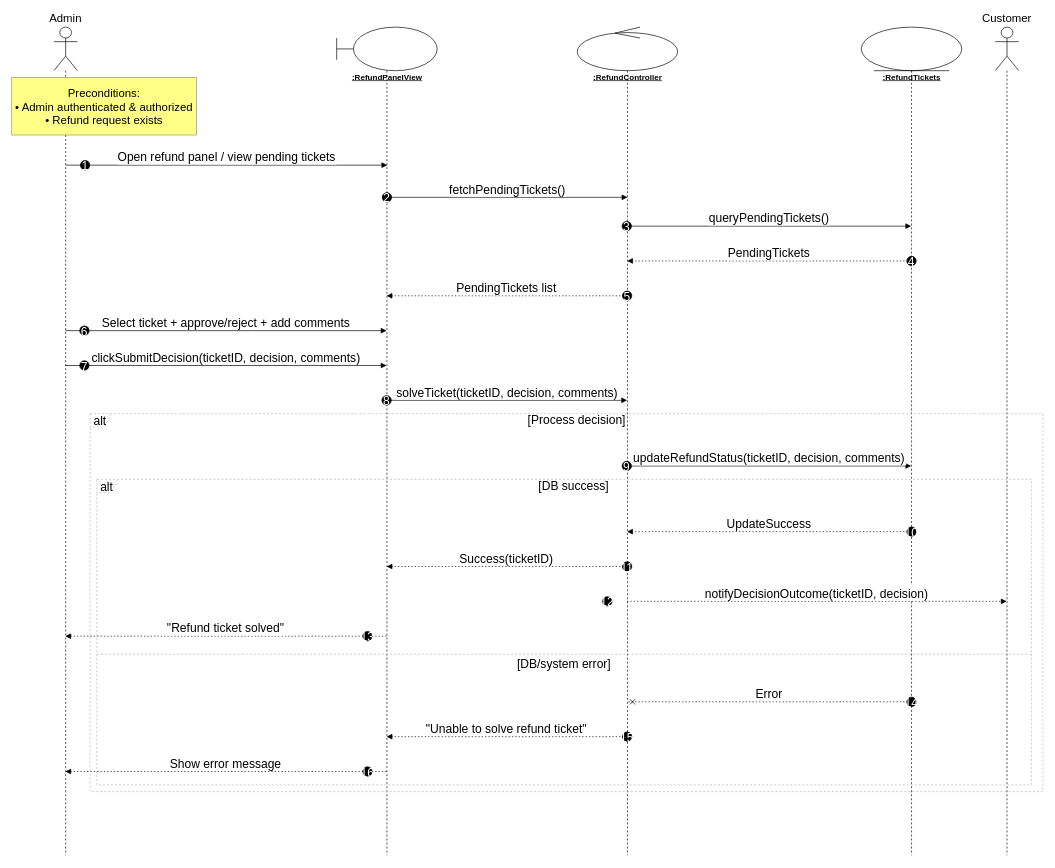
Earlier version of the draw.io diagram Sequence_Diagram/UC_21_SolveRefundTicket.drawio (auphong2707/PTTKHT-Final-Report). Source tidied: cells renumbered, new cells numbered last; positions are measured from the earlier drawing's top-left corner, leaving out a move shared by most shapes. Both pictures are drawn from the tidied source at 67%, with x=0, y=0 at pixel (11, 27).
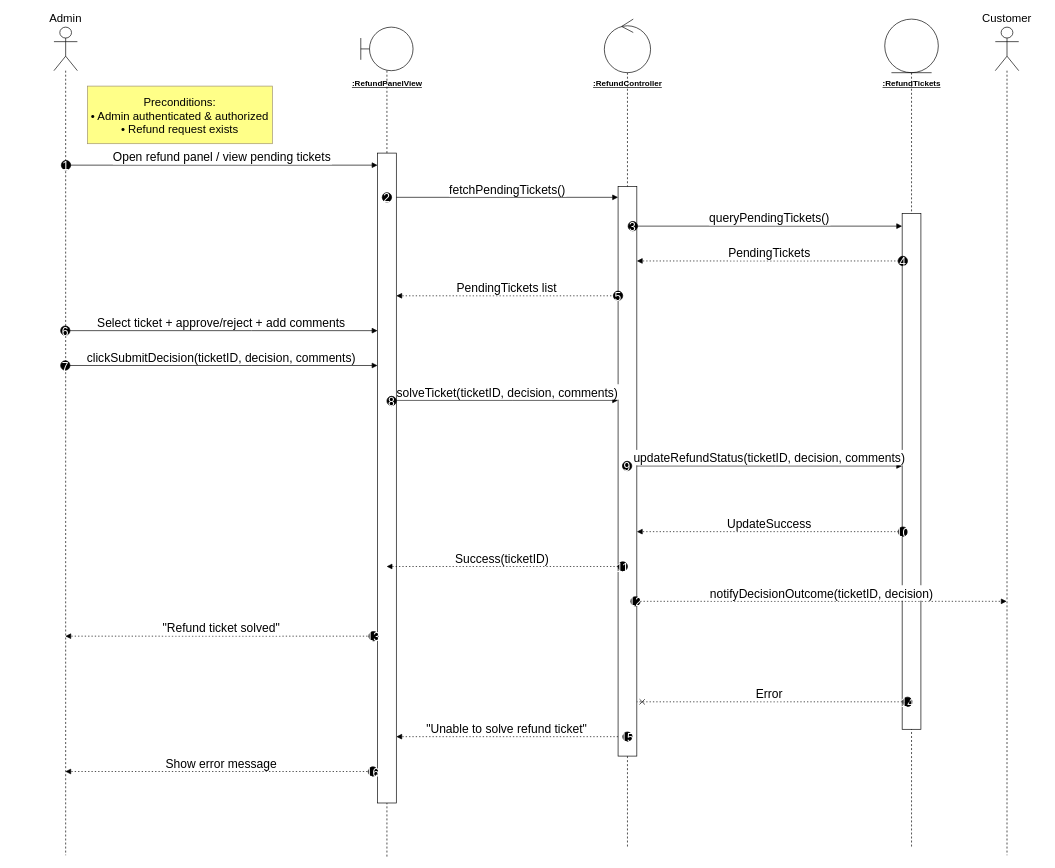
The same page after the edit.

The change refers to these unchanged cells:
```xml
<mxCell id="2" value="Admin" style="shape=umlLifeline;perimeter=lifelinePerimeter;whiteSpace=wrap;outlineConnect=0;portConstraint=eastwest;newEdgeStyle={&quot;edgeStyle&quot;:&quot;elbowEdgeStyle&quot;,&quot;elbow&quot;:&quot;vertical&quot;,&quot;curved&quot;:0,&quot;rounded&quot;:0};participant=umlActor;verticalAlign=bottom;labelPosition=center;verticalLabelPosition=top;align=center;size=65;fontSize=17;" parent="1" vertex="1">
  <mxGeometry x="63" width="35" height="1236" as="geometry" />
</mxCell>
<mxCell id="9" value="Customer" style="shape=umlLifeline;perimeter=lifelinePerimeter;whiteSpace=wrap;outlineConnect=0;portConstraint=eastwest;newEdgeStyle={&quot;edgeStyle&quot;:&quot;elbowEdgeStyle&quot;,&quot;elbow&quot;:&quot;vertical&quot;,&quot;curved&quot;:0,&quot;rounded&quot;:0};participant=umlActor;verticalAlign=bottom;labelPosition=center;verticalLabelPosition=top;align=center;size=65;fontSize=17;" parent="1" vertex="1">
  <mxGeometry x="1468" width="35" height="1236" as="geometry" />
</mxCell>
```

Change to the diagram source:
```diff
@@
+    <mxCell id="7" style="shape=umlLifeline;perimeter=lifelinePerimeter;whiteSpace=wrap;outlineConnect=0;portConstraint=eastwest;newEdgeStyle={&quot;edgeStyle&quot;:&quot;elbowEdgeStyle&quot;,&quot;elbow&quot;:&quot;vertical&quot;,&quot;curved&quot;:0,&quot;rounded&quot;:0};participant=umlEntity;size=80;fontSize=17;" parent="1" vertex="1">
+      <mxGeometry x="1303" y="-12" width="80" height="1238" as="geometry" />
+    </mxCell>
+    <mxCell id="5" style="shape=umlLifeline;perimeter=lifelinePerimeter;whiteSpace=wrap;outlineConnect=0;portConstraint=eastwest;newEdgeStyle={&quot;edgeStyle&quot;:&quot;elbowEdgeStyle&quot;,&quot;elbow&quot;:&quot;vertical&quot;,&quot;curved&quot;:0,&quot;rounded&quot;:0};participant=umlControl;size=80;fontSize=17;" parent="1" vertex="1">
+      <mxGeometry x="884.5" y="-12" width="69" height="1238" as="geometry" />
+    </mxCell>
+    <mxCell id="3" style="shape=umlLifeline;perimeter=lifelinePerimeter;whiteSpace=wrap;outlineConnect=0;portConstraint=eastwest;newEdgeStyle={&quot;edgeStyle&quot;:&quot;elbowEdgeStyle&quot;,&quot;elbow&quot;:&quot;vertical&quot;,&quot;curved&quot;:0,&quot;rounded&quot;:0};participant=umlBoundary;size=65;fontSize=17;" parent="1" vertex="1">
+      <mxGeometry x="521" width="78" height="1238" as="geometry" />
+    </mxCell>
+    <mxCell id="48" style="rounded=0;whiteSpace=wrap;html=1;" parent="1" vertex="1">
+      <mxGeometry x="546" y="188" width="28" height="970" as="geometry" />
+    </mxCell>
+    <mxCell id="49" style="rounded=0;whiteSpace=wrap;html=1;" parent="1" vertex="1">
+      <mxGeometry x="905" y="238" width="28" height="850" as="geometry" />
+    </mxCell>
+    <mxCell id="50" style="rounded=0;whiteSpace=wrap;html=1;" parent="1" vertex="1">
+      <mxGeometry x="1329" y="278" width="28" height="770" as="geometry" />
+    </mxCell>
@@
-    <mxCell id="3" style="shape=umlLifeline;perimeter=lifelinePerimeter;whiteSpace=wrap;outlineConnect=0;portConstraint=eastwest;newEdgeStyle={&quot;edgeStyle&quot;:&quot;elbowEdgeStyle&quot;,&quot;elbow&quot;:&quot;vertical&quot;,&quot;curved&quot;:0,&quot;rounded&quot;:0};participant=umlBoundary;size=65;fontSize=17;" parent="1" vertex="1">
-      <mxGeometry x="485" width="150" height="1236" as="geometry" />
-    </mxCell>
     <mxCell id="4" value="&lt;u&gt;&lt;b&gt;:RefundPanelView&lt;/b&gt;&lt;/u&gt;" style="text;html=1;align=center;verticalAlign=middle;" parent="1" vertex="1">
-      <mxGeometry x="485" y="65" width="150" height="20" as="geometry" />
+      <mxGeometry x="485" y="75" width="150" height="20" as="geometry" />
     </mxCell>
-    <mxCell id="5" style="shape=umlLifeline;perimeter=lifelinePerimeter;whiteSpace=wrap;outlineConnect=0;portConstraint=eastwest;newEdgeStyle={&quot;edgeStyle&quot;:&quot;elbowEdgeStyle&quot;,&quot;elbow&quot;:&quot;vertical&quot;,&quot;curved&quot;:0,&quot;rounded&quot;:0};participant=umlControl;size=65;fontSize=17;" parent="1" vertex="1">
-      <mxGeometry x="844" width="150" height="1236" as="geometry" />
-    </mxCell>
     <mxCell id="6" value="&lt;u&gt;&lt;b&gt;:RefundController&lt;/b&gt;&lt;/u&gt;" style="text;html=1;align=center;verticalAlign=middle;" parent="1" vertex="1">
-      <mxGeometry x="844" y="65" width="150" height="20" as="geometry" />
+      <mxGeometry x="844" y="75" width="150" height="20" as="geometry" />
     </mxCell>
-    <mxCell id="7" style="shape=umlLifeline;perimeter=lifelinePerimeter;whiteSpace=wrap;outlineConnect=0;portConstraint=eastwest;newEdgeStyle={&quot;edgeStyle&quot;:&quot;elbowEdgeStyle&quot;,&quot;elbow&quot;:&quot;vertical&quot;,&quot;curved&quot;:0,&quot;rounded&quot;:0};participant=umlEntity;size=65;fontSize=17;" parent="1" vertex="1">
-      <mxGeometry x="1268" width="150" height="1236" as="geometry" />
-    </mxCell>
     <mxCell id="8" value="&lt;u&gt;&lt;b&gt;:RefundTickets&lt;/b&gt;&lt;/u&gt;" style="text;html=1;align=center;verticalAlign=middle;" parent="1" vertex="1">
-      <mxGeometry x="1268" y="65" width="150" height="20" as="geometry" />
+      <mxGeometry x="1268" y="75" width="150" height="20" as="geometry" />
     </mxCell>
@@
-    <mxCell id="10" value="alt" style="shape=umlFrame;dashed=1;strokeColor=#B3B3B3;height=20;width=30;fontSize=18;" parent="1" vertex="1">
-      <mxGeometry x="127" y="675" width="1395" height="456" as="geometry" />
-    </mxCell>
-    <mxCell id="11" value="[DB success]" style="text;strokeColor=none;fillColor=none;align=center;verticalAlign=middle;whiteSpace=wrap;fontSize=18;" parent="10" vertex="1">
-      <mxGeometry x="29.3" width="1365.7" height="20" as="geometry" />
-    </mxCell>
-    <mxCell id="12" value="[DB/system error]" style="shape=line;dashed=1;whiteSpace=wrap;verticalAlign=top;labelPosition=center;verticalLabelPosition=middle;align=center;strokeColor=#B3B3B3;fontSize=18;" parent="10" vertex="1">
-      <mxGeometry y="259" width="1395" height="4" as="geometry" />
-    </mxCell>
-    <mxCell id="13" value="alt" style="shape=umlFrame;dashed=1;strokeColor=#B3B3B3;height=20;width=30;fontSize=18;" parent="1" vertex="1">
-      <mxGeometry x="117" y="577" width="1422" height="564" as="geometry" />
-    </mxCell>
-    <mxCell id="14" value="[Process decision]" style="text;strokeColor=none;fillColor=none;align=center;verticalAlign=middle;whiteSpace=wrap;fontSize=18;" parent="13" vertex="1">
-      <mxGeometry x="29.5" width="1392.5" height="20" as="geometry" />
-    </mxCell>
-    <mxCell id="15" value="Open refund panel / view pending tickets" style="verticalAlign=bottom;edgeStyle=elbowEdgeStyle;elbow=vertical;curved=0;rounded=0;endArrow=block;fontSize=18;" parent="1" edge="1">
+    <mxCell id="15" value="Open refund panel / view pending tickets" style="verticalAlign=bottom;edgeStyle=elbowEdgeStyle;elbow=vertical;curved=0;rounded=0;endArrow=block;fontSize=18;" parent="1" edge="1" target="48">
       <mxGeometry relative="1" as="geometry">
         <mxPoint x="81" y="206" as="sourcePoint" />
-        <mxPoint x="560.5" y="206" as="targetPoint" />
         <Array as="points">
           <mxPoint x="359" y="206" />
         </Array>
       </mxGeometry>
     </mxCell>
     <mxCell id="16" value="1" style="ellipse;fillColor=#000000;align=center;fontColor=#FFFFFF;fontSize=18;" parent="15" vertex="1">
       <mxGeometry width="14" height="14" relative="1" as="geometry">
-        <mxPoint x="-218.5" y="-7" as="offset" />
+        <mxPoint x="-240" y="-7" as="offset" />
       </mxGeometry>
     </mxCell>
-    <mxCell id="17" value="fetchPendingTickets()" style="verticalAlign=bottom;edgeStyle=elbowEdgeStyle;elbow=vertical;curved=0;rounded=0;endArrow=block;fontSize=18;" parent="1" edge="1">
+    <mxCell id="17" value="fetchPendingTickets()" style="verticalAlign=bottom;edgeStyle=elbowEdgeStyle;elbow=vertical;curved=0;rounded=0;endArrow=block;fontSize=18;" parent="1" edge="1" source="48" target="49">
       <mxGeometry relative="1" as="geometry">
-        <mxPoint x="560" y="254" as="sourcePoint" />
-        <mxPoint x="919" y="254" as="targetPoint" />
         <Array as="points">
           <mxPoint x="748.5" y="254" />
         </Array>
       </mxGeometry>
     </mxCell>
@@
-    <mxCell id="19" value="queryPendingTickets()" style="verticalAlign=bottom;edgeStyle=elbowEdgeStyle;elbow=vertical;curved=0;rounded=0;endArrow=block;fontSize=18;" parent="1" edge="1" source="5" target="7">
+    <mxCell id="19" value="queryPendingTickets()" style="verticalAlign=bottom;edgeStyle=elbowEdgeStyle;elbow=vertical;curved=0;rounded=0;endArrow=block;fontSize=18;" parent="1" edge="1" source="49" target="50">
       <mxGeometry relative="1" as="geometry">
         <Array as="points">
           <mxPoint x="1140" y="297" />
         </Array>
       </mxGeometry>
     </mxCell>
     <mxCell id="20" value="3" style="ellipse;fillColor=#000000;align=center;fontColor=#FFFFFF;fontSize=18;" parent="19" vertex="1">
       <mxGeometry width="14" height="14" relative="1" as="geometry">
-        <mxPoint x="-219.5" y="-7" as="offset" />
+        <mxPoint x="-211" y="-7" as="offset" />
       </mxGeometry>
     </mxCell>
-    <mxCell id="21" value="PendingTickets" style="verticalAlign=bottom;edgeStyle=elbowEdgeStyle;elbow=vertical;curved=0;rounded=0;dashed=1;dashPattern=2 3;endArrow=block;fontSize=18;" parent="1" edge="1" source="7" target="5">
+    <mxCell id="21" value="PendingTickets" style="verticalAlign=bottom;edgeStyle=elbowEdgeStyle;elbow=vertical;curved=0;rounded=0;dashed=1;dashPattern=2 3;endArrow=block;fontSize=18;" parent="1" edge="1" source="50" target="49">
       <mxGeometry relative="1" as="geometry">
         <Array as="points">
           <mxPoint x="1143" y="349" />
         </Array>
       </mxGeometry>
     </mxCell>
     <mxCell id="22" value="4" style="ellipse;fillColor=#000000;align=center;fontColor=#FFFFFF;fontSize=18;" parent="21" vertex="1">
       <mxGeometry width="14" height="14" relative="1" as="geometry">
-        <mxPoint x="205.5" y="-7" as="offset" />
+        <mxPoint x="192" y="-7" as="offset" />
       </mxGeometry>
     </mxCell>
-    <mxCell id="23" value="PendingTickets list" style="verticalAlign=bottom;edgeStyle=elbowEdgeStyle;elbow=vertical;curved=0;rounded=0;dashed=1;dashPattern=2 3;endArrow=block;fontSize=18;" parent="1" edge="1" source="5" target="3">
+    <mxCell id="23" value="PendingTickets list" style="verticalAlign=bottom;edgeStyle=elbowEdgeStyle;elbow=vertical;curved=0;rounded=0;dashed=1;dashPattern=2 3;endArrow=block;fontSize=18;" parent="1" edge="1" source="49" target="48">
       <mxGeometry relative="1" as="geometry">
         <Array as="points">
           <mxPoint x="751" y="401" />
         </Array>
       </mxGeometry>
     </mxCell>
     <mxCell id="24" value="5" style="ellipse;fillColor=#000000;align=center;fontColor=#FFFFFF;fontSize=18;" parent="23" vertex="1">
       <mxGeometry width="14" height="14" relative="1" as="geometry">
-        <mxPoint x="173" y="-7" as="offset" />
+        <mxPoint x="159" y="-7" as="offset" />
       </mxGeometry>
     </mxCell>
-    <mxCell id="25" value="Select ticket + approve/reject + add comments" style="verticalAlign=bottom;edgeStyle=elbowEdgeStyle;elbow=vertical;curved=0;rounded=0;endArrow=block;fontSize=18;" parent="1" edge="1" source="2" target="3">
+    <mxCell id="25" value="Select ticket + approve/reject + add comments" style="verticalAlign=bottom;edgeStyle=elbowEdgeStyle;elbow=vertical;curved=0;rounded=0;endArrow=block;fontSize=18;" parent="1" edge="1" source="2" target="48">
       <mxGeometry relative="1" as="geometry">
         <Array as="points">
           <mxPoint x="358" y="453" />
         </Array>
       </mxGeometry>
     </mxCell>
     <mxCell id="26" value="6" style="ellipse;fillColor=#000000;align=center;fontColor=#FFFFFF;fontSize=18;" parent="25" vertex="1">
       <mxGeometry width="14" height="14" relative="1" as="geometry">
-        <mxPoint x="-218.5" y="-7" as="offset" />
+        <mxPoint x="-240" y="-7" as="offset" />
       </mxGeometry>
     </mxCell>
-    <mxCell id="27" value="clickSubmitDecision(ticketID, decision, comments)" style="verticalAlign=bottom;edgeStyle=elbowEdgeStyle;elbow=vertical;curved=0;rounded=0;endArrow=block;fontSize=18;" parent="1" edge="1" source="2" target="3">
+    <mxCell id="27" value="clickSubmitDecision(ticketID, decision, comments)" style="verticalAlign=bottom;edgeStyle=elbowEdgeStyle;elbow=vertical;curved=0;rounded=0;endArrow=block;fontSize=18;" parent="1" edge="1" source="2" target="48">
       <mxGeometry relative="1" as="geometry">
         <Array as="points">
           <mxPoint x="358" y="505" />
         </Array>
       </mxGeometry>
     </mxCell>
     <mxCell id="28" value="7" style="ellipse;fillColor=#000000;align=center;fontColor=#FFFFFF;fontSize=18;" parent="27" vertex="1">
       <mxGeometry width="14" height="14" relative="1" as="geometry">
-        <mxPoint x="-218.5" y="-7" as="offset" />
+        <mxPoint x="-240" y="-7" as="offset" />
       </mxGeometry>
     </mxCell>
-    <mxCell id="29" value="solveTicket(ticketID, decision, comments)" style="verticalAlign=bottom;edgeStyle=elbowEdgeStyle;elbow=vertical;curved=0;rounded=0;endArrow=block;fontSize=18;" parent="1" edge="1" source="3" target="5">
+    <mxCell id="29" value="solveTicket(ticketID, decision, comments)" style="verticalAlign=bottom;edgeStyle=elbowEdgeStyle;elbow=vertical;curved=0;rounded=0;endArrow=block;fontSize=18;" parent="1" edge="1" source="48" target="49">
       <mxGeometry relative="1" as="geometry">
         <Array as="points">
           <mxPoint x="748" y="557" />
         </Array>
       </mxGeometry>
     </mxCell>
     <mxCell id="30" value="8" style="ellipse;fillColor=#000000;align=center;fontColor=#FFFFFF;fontSize=18;" parent="29" vertex="1">
       <mxGeometry width="14" height="14" relative="1" as="geometry">
-        <mxPoint x="-187" y="-7" as="offset" />
+        <mxPoint x="-180" y="-6" as="offset" />
       </mxGeometry>
     </mxCell>
-    <mxCell id="31" value="updateRefundStatus(ticketID, decision, comments)" style="verticalAlign=bottom;edgeStyle=elbowEdgeStyle;elbow=vertical;curved=0;rounded=0;endArrow=block;fontSize=18;" parent="1" edge="1" source="5" target="7">
+    <mxCell id="31" value="updateRefundStatus(ticketID, decision, comments)" style="verticalAlign=bottom;edgeStyle=elbowEdgeStyle;elbow=vertical;curved=0;rounded=0;endArrow=block;fontSize=18;" parent="1" edge="1" source="49" target="50">
       <mxGeometry relative="1" as="geometry">
         <Array as="points">
           <mxPoint x="1140" y="655" />
         </Array>
       </mxGeometry>
     </mxCell>
@@
-    <mxCell id="33" value="UpdateSuccess" style="verticalAlign=bottom;edgeStyle=elbowEdgeStyle;elbow=vertical;curved=0;rounded=0;dashed=1;dashPattern=2 3;endArrow=block;fontSize=18;" parent="1" edge="1" source="7" target="5">
+    <mxCell id="33" value="UpdateSuccess" style="verticalAlign=bottom;edgeStyle=elbowEdgeStyle;elbow=vertical;curved=0;rounded=0;dashed=1;dashPattern=2 3;endArrow=block;fontSize=18;" parent="1" edge="1" source="50" target="49">
       <mxGeometry relative="1" as="geometry">
         <Array as="points">
           <mxPoint x="1143" y="753" />
         </Array>
       </mxGeometry>
     </mxCell>
     <mxCell id="34" value="10" style="ellipse;fillColor=#000000;align=center;fontColor=#FFFFFF;fontSize=18;" parent="33" vertex="1">
       <mxGeometry width="14" height="14" relative="1" as="geometry">
-        <mxPoint x="205.5" y="-7" as="offset" />
+        <mxPoint x="192" y="-7" as="offset" />
       </mxGeometry>
     </mxCell>
-    <mxCell id="35" value="Success(ticketID)" style="verticalAlign=bottom;edgeStyle=elbowEdgeStyle;elbow=vertical;curved=0;rounded=0;dashed=1;dashPattern=2 3;endArrow=block;fontSize=18;" parent="1" edge="1" source="5" target="3">
+    <mxCell id="35" value="Success(ticketID)" style="verticalAlign=bottom;edgeStyle=elbowEdgeStyle;elbow=vertical;curved=0;rounded=0;dashed=1;dashPattern=2 3;endArrow=block;fontSize=18;" parent="1" edge="1" source="49" target="3">
       <mxGeometry relative="1" as="geometry">
         <Array as="points">
           <mxPoint x="751" y="805" />
         </Array>
       </mxGeometry>
     </mxCell>
@@
-    <mxCell id="37" value="notifyDecisionOutcome(ticketID, decision)" style="verticalAlign=bottom;edgeStyle=elbowEdgeStyle;elbow=vertical;curved=0;rounded=0;dashed=1;dashPattern=2 3;endArrow=block;fontSize=18;" parent="1" edge="1" source="5" target="9">
+    <mxCell id="37" value="notifyDecisionOutcome(ticketID, decision)" style="verticalAlign=bottom;edgeStyle=elbowEdgeStyle;elbow=vertical;curved=0;rounded=0;dashed=1;dashPattern=2 3;endArrow=block;fontSize=18;" parent="1" edge="1" source="49" target="9">
       <mxGeometry relative="1" as="geometry">
         <Array as="points">
           <mxPoint x="1240" y="857" />
         </Array>
       </mxGeometry>
     </mxCell>
     <mxCell id="38" value="12" style="ellipse;fillColor=#000000;align=center;fontColor=#FFFFFF;fontSize=18;" parent="37" vertex="1">
       <mxGeometry width="14" height="14" relative="1" as="geometry">
-        <mxPoint x="-319.5" y="-7" as="offset" />
+        <mxPoint x="-285" y="-7" as="offset" />
       </mxGeometry>
     </mxCell>
-    <mxCell id="39" value="&quot;Refund ticket solved&quot;" style="verticalAlign=bottom;edgeStyle=elbowEdgeStyle;elbow=vertical;curved=0;rounded=0;dashed=1;dashPattern=2 3;endArrow=block;fontSize=18;" parent="1" edge="1" source="3" target="2">
+    <mxCell id="39" value="&quot;Refund ticket solved&quot;" style="verticalAlign=bottom;edgeStyle=elbowEdgeStyle;elbow=vertical;curved=0;rounded=0;dashed=1;dashPattern=2 3;endArrow=block;fontSize=18;" parent="1" edge="1" source="48" target="2">
       <mxGeometry relative="1" as="geometry">
         <Array as="points">
           <mxPoint x="361" y="909" />
         </Array>
       </mxGeometry>
     </mxCell>
     <mxCell id="40" value="13" style="ellipse;fillColor=#000000;align=center;fontColor=#FFFFFF;fontSize=18;" parent="39" vertex="1">
       <mxGeometry width="14" height="14" relative="1" as="geometry">
-        <mxPoint x="204.5" y="-7" as="offset" />
+        <mxPoint x="220" y="-7" as="offset" />
       </mxGeometry>
     </mxCell>
-    <mxCell id="41" value="Error" style="verticalAlign=bottom;edgeStyle=elbowEdgeStyle;elbow=vertical;curved=0;rounded=0;endArrow=cross;dashed=1;dashPattern=2 3;fontSize=18;" parent="1" edge="1" source="7" target="5">
+    <mxCell id="41" value="Error" style="verticalAlign=bottom;edgeStyle=elbowEdgeStyle;elbow=vertical;curved=0;rounded=0;endArrow=cross;dashed=1;dashPattern=2 3;fontSize=18;" parent="1" edge="1" source="50" target="49">
       <mxGeometry relative="1" as="geometry">
         <Array as="points">
           <mxPoint x="1143" y="1007" />
         </Array>
       </mxGeometry>
     </mxCell>
     <mxCell id="42" value="14" style="ellipse;fillColor=#000000;align=center;fontColor=#FFFFFF;fontSize=18;" parent="41" vertex="1">
       <mxGeometry width="14" height="14" relative="1" as="geometry">
-        <mxPoint x="205.5" y="-7" as="offset" />
+        <mxPoint x="199" y="-7" as="offset" />
       </mxGeometry>
     </mxCell>
+    <mxCell id="51" style="edgeStyle=orthogonalEdgeStyle;rounded=0;orthogonalLoop=1;jettySize=auto;html=1;exitX=1;exitY=0;exitDx=0;exitDy=0;entryX=0.5;entryY=0;entryDx=0;entryDy=0;" parent="41" edge="1" source="42" target="42">
+      <mxGeometry relative="1" as="geometry" />
+    </mxCell>
-    <mxCell id="43" value="&quot;Unable to solve refund ticket&quot;" style="verticalAlign=bottom;edgeStyle=elbowEdgeStyle;elbow=vertical;curved=0;rounded=0;dashed=1;dashPattern=2 3;endArrow=block;fontSize=18;" parent="1" edge="1" source="5" target="3">
+    <mxCell id="43" value="&quot;Unable to solve refund ticket&quot;" style="verticalAlign=bottom;edgeStyle=elbowEdgeStyle;elbow=vertical;curved=0;rounded=0;dashed=1;dashPattern=2 3;endArrow=block;fontSize=18;" parent="1" edge="1" source="49" target="48">
       <mxGeometry relative="1" as="geometry">
         <Array as="points">
           <mxPoint x="751" y="1059" />
         </Array>
       </mxGeometry>
     </mxCell>
@@
-    <mxCell id="45" value="Show error message" style="verticalAlign=bottom;edgeStyle=elbowEdgeStyle;elbow=vertical;curved=0;rounded=0;dashed=1;dashPattern=2 3;endArrow=block;fontSize=18;" parent="1" edge="1" source="3" target="2">
+    <mxCell id="45" value="Show error message" style="verticalAlign=bottom;edgeStyle=elbowEdgeStyle;elbow=vertical;curved=0;rounded=0;dashed=1;dashPattern=2 3;endArrow=block;fontSize=18;" parent="1" edge="1" source="48" target="2">
       <mxGeometry relative="1" as="geometry">
         <Array as="points">
           <mxPoint x="361" y="1111" />
         </Array>
       </mxGeometry>
     </mxCell>
     <mxCell id="46" value="16" style="ellipse;fillColor=#000000;align=center;fontColor=#FFFFFF;fontSize=18;" parent="45" vertex="1">
       <mxGeometry width="14" height="14" relative="1" as="geometry">
-        <mxPoint x="204.5" y="-7" as="offset" />
+        <mxPoint x="219" y="-7" as="offset" />
       </mxGeometry>
     </mxCell>
     <mxCell id="47" value="Preconditions:&#10;• Admin authenticated &amp; authorized&#10;• Refund request exists" style="fillColor=#ffff88;strokeColor=#9E916F;fontSize=17;" parent="1" vertex="1">
-      <mxGeometry y="75" width="276" height="86" as="geometry" />
+      <mxGeometry x="113" y="88" width="276" height="86" as="geometry" />
     </mxCell>
```
